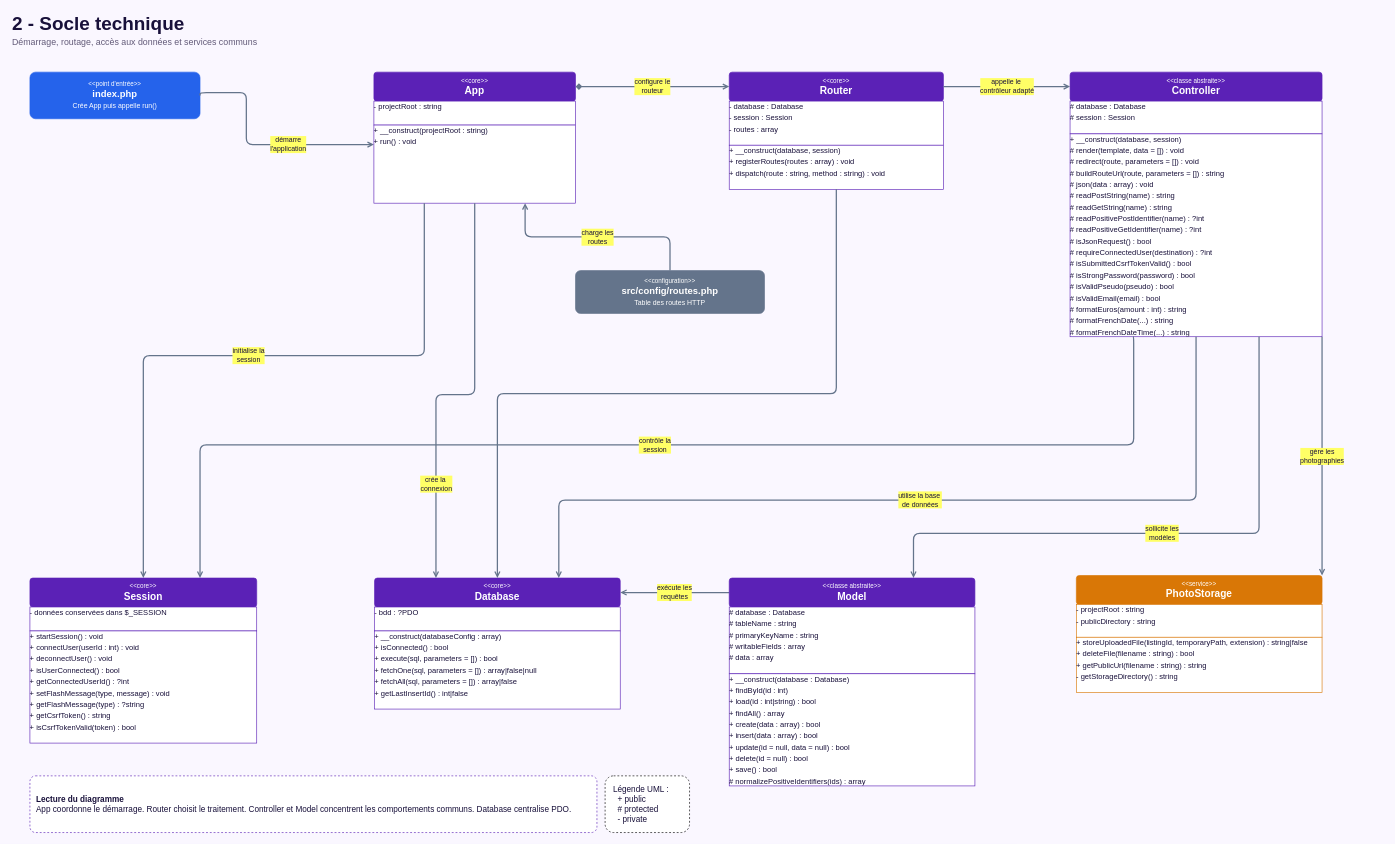
Above: page "2 - Socle technique" (2 of 6) of documents/readme/Diagramme de classe UML - QDM.drawio in anthonylepichon/quiditmieux (draw.io), before the change. Source tidied: cells renumbered, new cells numbered last; positions are measured from the earlier drawing's top-left corner, leaving out a move shared by most shapes. Both pictures are drawn from the tidied source at 63%, with x=0, y=0 at pixel (11, 11).
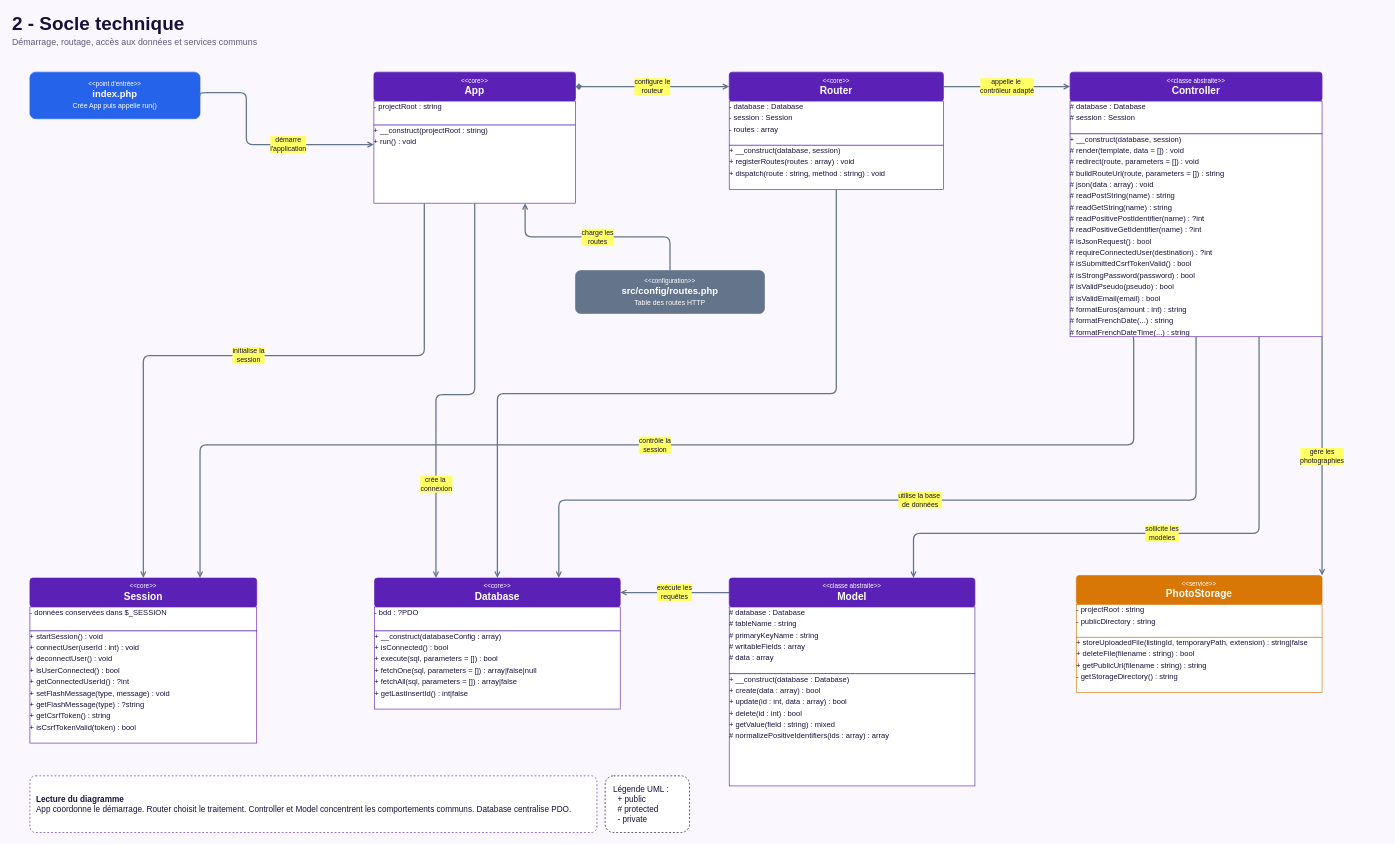
Above is the later version.

Diff of the diagram source:
```diff
@@
-    <mxCell id="39" value="&lt;div style=&quot;line-height:18px;&quot;&gt;+ __construct(database : Database)&lt;/div&gt;&lt;div style=&quot;line-height:18px;&quot;&gt;+ findById(id : int)&lt;/div&gt;&lt;div style=&quot;line-height:18px;&quot;&gt;+ load(id : int|string) : bool&lt;/div&gt;&lt;div style=&quot;line-height:18px;&quot;&gt;+ findAll() : array&lt;/div&gt;&lt;div style=&quot;line-height:18px;&quot;&gt;+ create(data : array) : bool&lt;/div&gt;&lt;div style=&quot;line-height:18px;&quot;&gt;+ insert(data : array) : bool&lt;/div&gt;&lt;div style=&quot;line-height:18px;&quot;&gt;+ update(id = null, data = null) : bool&lt;/div&gt;&lt;div style=&quot;line-height:18px;&quot;&gt;+ delete(id = null) : bool&lt;/div&gt;&lt;div style=&quot;line-height:18px;&quot;&gt;+ save() : bool&lt;/div&gt;&lt;div style=&quot;line-height:18px;&quot;&gt;# normalizePositiveIdentifiers(ids) : array&lt;/div&gt;" style="rounded=0;whiteSpace=wrap;html=1;fillColor=#FFFFFF;strokeColor=#5B21B6;fontColor=#18103A;fontSize=12;align=left;verticalAlign=top;spacing=8;overflow=fill;arcSize=6;" parent="1" vertex="1">
+    <mxCell id="39" value="&lt;div style=&quot;line-height:18px;&quot;&gt;+ __construct(database : Database)&lt;/div&gt;&lt;div style=&quot;line-height:18px;&quot;&gt;+ create(data : array) : bool&lt;/div&gt;&lt;div style=&quot;line-height:18px;&quot;&gt;+ update(id : int, data : array) : bool&lt;/div&gt;&lt;div style=&quot;line-height:18px;&quot;&gt;+ delete(id : int) : bool&lt;/div&gt;&lt;div style=&quot;line-height:18px;&quot;&gt;+ getValue(field : string) : mixed&lt;/div&gt;&lt;div style=&quot;line-height:18px;&quot;&gt;# normalizePositiveIdentifiers(ids : array) : array&lt;/div&gt;" style="rounded=0;whiteSpace=wrap;html=1;fillColor=#FFFFFF;strokeColor=#5B21B6;fontColor=#18103A;fontSize=12;align=left;verticalAlign=top;spacing=8;overflow=fill;arcSize=6;" parent="1" vertex="1">
       <mxGeometry x="1140" y="1052" width="390" height="178" as="geometry" />
     </mxCell>
```
